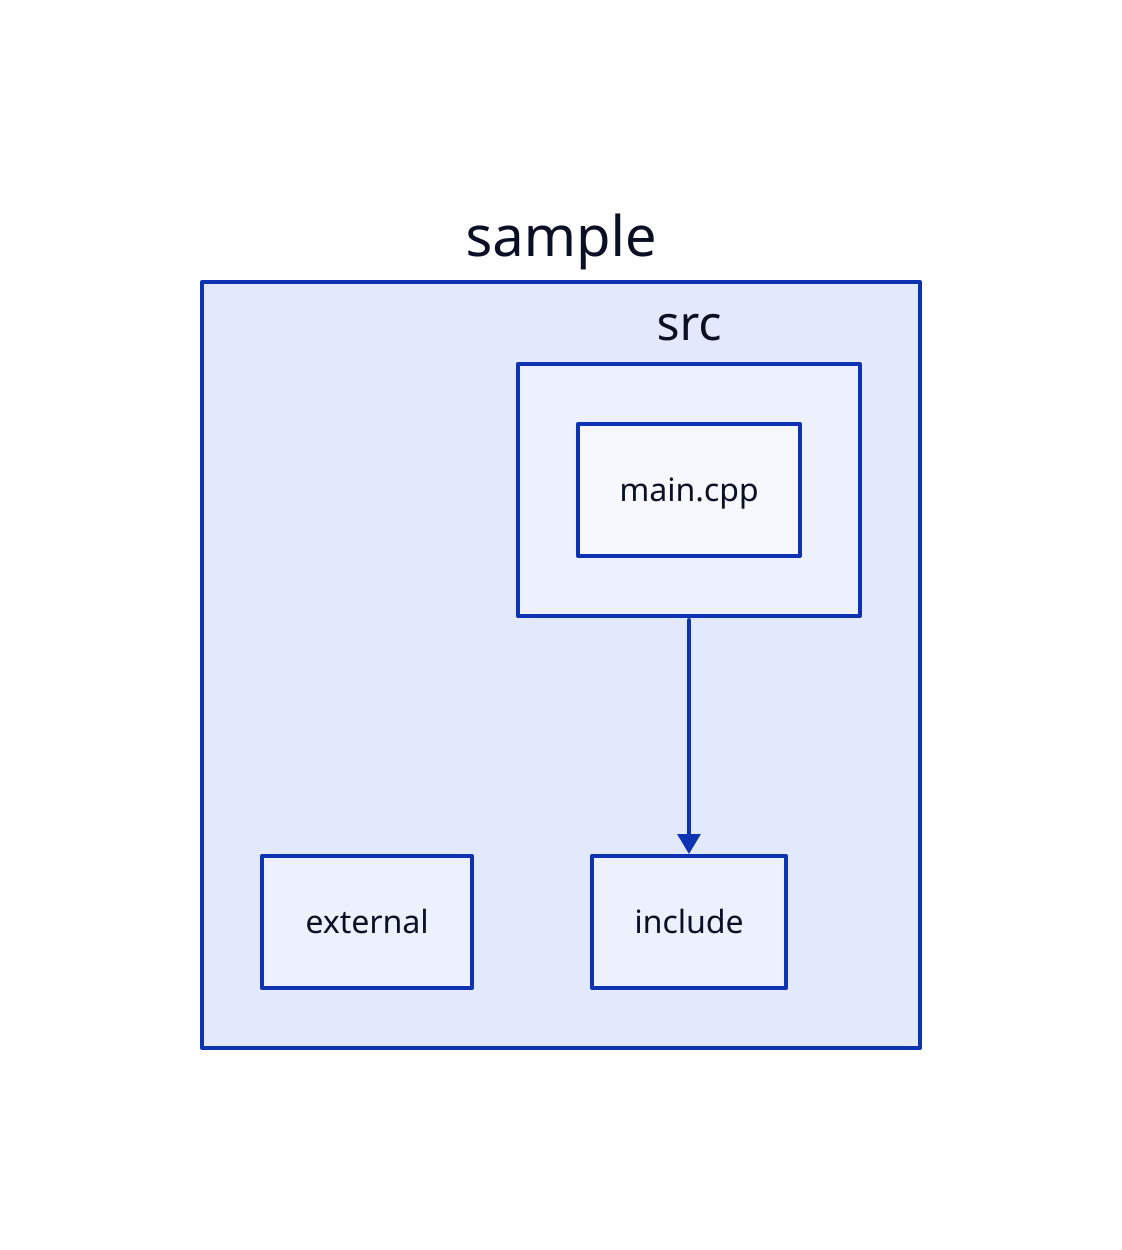
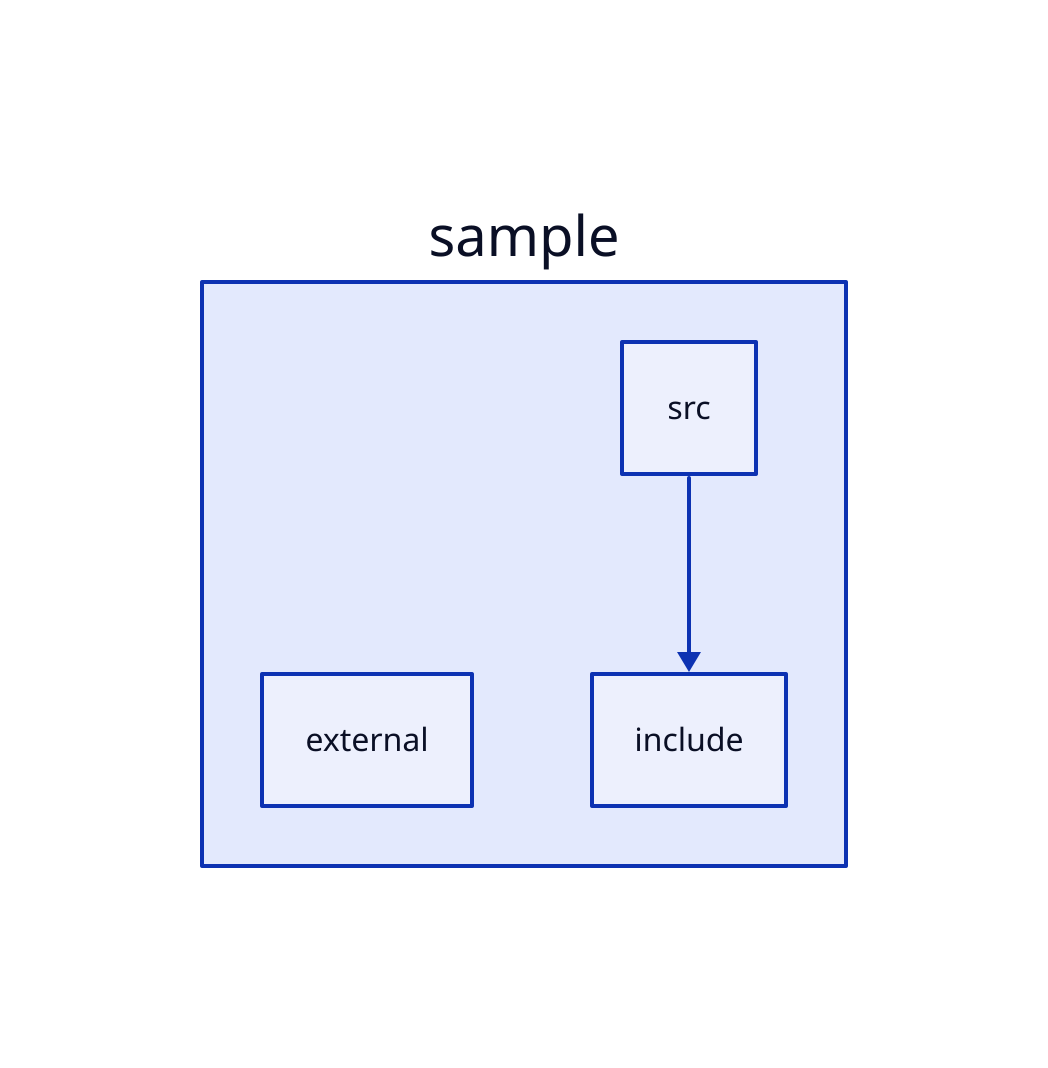
classes: {
  forbidden: {
    style: {
      stroke: "red"
    }
  }
  unspecified: {
    style: {
      stroke: "orange"
	  fill: "orange"
    }
  }
  unresolved: {
    style: {
      stroke: "gray"
	  fill: "gray"
    }
  }
}
vars: {
  d2-legend: {
    a: {
      label: Specified
    }
    b: Unspecified {
      label: Unspecified
      class: unspecified
    }
    c: Unresolved {
      label: Unresolved
      class: unresolved
    }
    a -> b: Allowed
    a -> b: Forbidden {
      class: forbidden
    }
    a -> b: Unresolved {
      class: unresolved
    }
  }
}

# specified include list:

# files:
sample.external
sample.include
sample.src
- sample.src."main.cpp"

# allowed:
sample.src -> sample.include

# forbidden:

# unresolved:
